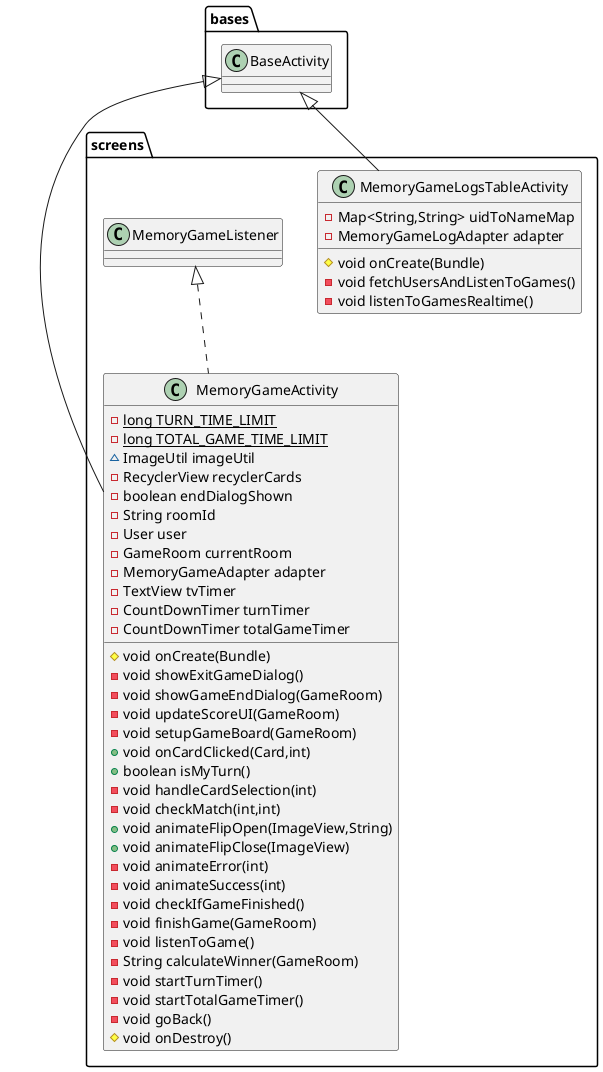
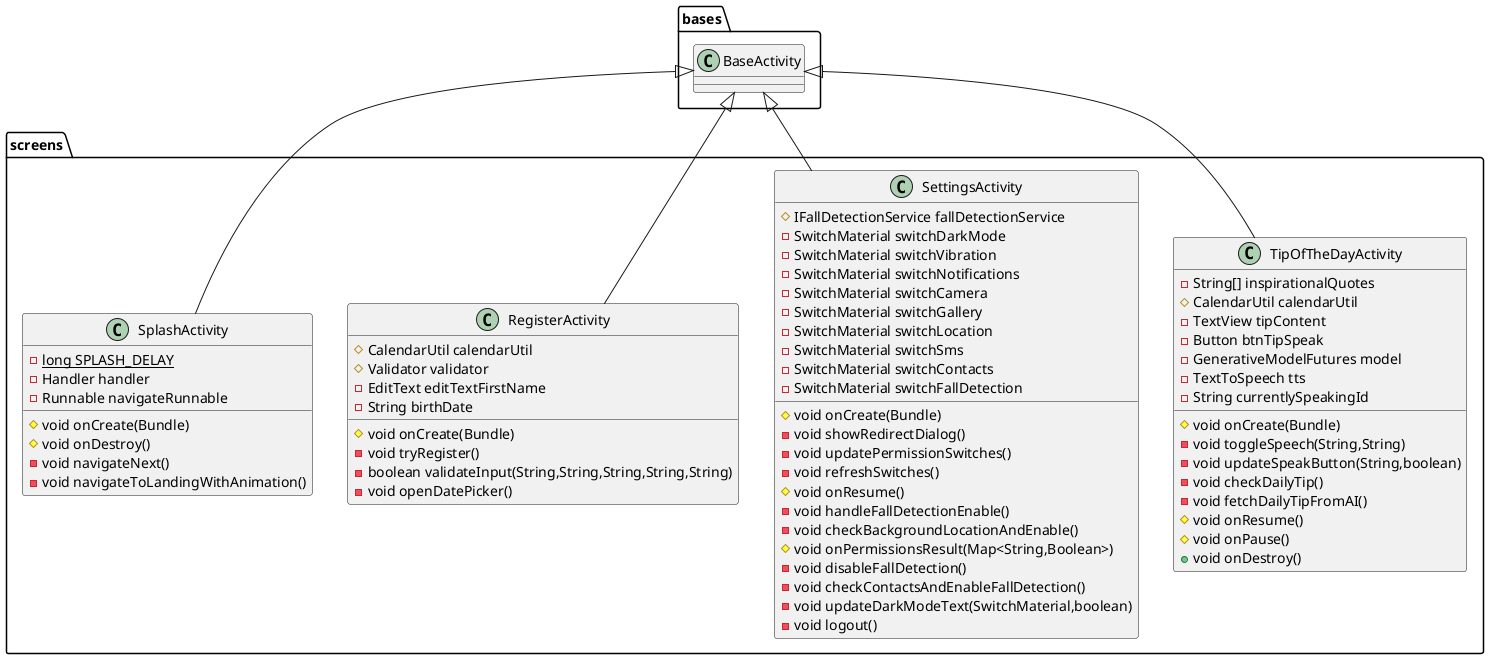
@startuml
- class screens.MemoryGameActivity {
- - {static} long TURN_TIME_LIMIT
- - {static} long TOTAL_GAME_TIME_LIMIT
- ~ ImageUtil imageUtil
- - RecyclerView recyclerCards
- - boolean endDialogShown
- - String roomId
- - User user
- - GameRoom currentRoom
- - MemoryGameAdapter adapter
- - TextView tvTimer
- - CountDownTimer turnTimer
- - CountDownTimer totalGameTimer
+ class screens.TipOfTheDayActivity {
+ - String[] inspirationalQuotes
+ # CalendarUtil calendarUtil
+ - TextView tipContent
+ - Button btnTipSpeak
+ - GenerativeModelFutures model
+ - TextToSpeech tts
+ - String currentlySpeakingId
# void onCreate(Bundle)
- - void showExitGameDialog()
- - void showGameEndDialog(GameRoom)
- - void updateScoreUI(GameRoom)
- - void setupGameBoard(GameRoom)
- + void onCardClicked(Card,int)
- + boolean isMyTurn()
- - void handleCardSelection(int)
- - void checkMatch(int,int)
- + void animateFlipOpen(ImageView,String)
- + void animateFlipClose(ImageView)
- - void animateError(int)
- - void animateSuccess(int)
- - void checkIfGameFinished()
- - void finishGame(GameRoom)
- - void listenToGame()
- - String calculateWinner(GameRoom)
- - void startTurnTimer()
- - void startTotalGameTimer()
- - void goBack()
- # void onDestroy()
+ - void toggleSpeech(String,String)
+ - void updateSpeakButton(String,boolean)
+ - void checkDailyTip()
+ - void fetchDailyTipFromAI()
+ # void onResume()
+ # void onPause()
+ + void onDestroy()
}


- class screens.MemoryGameLogsTableActivity {
- - Map<String,String> uidToNameMap
- - MemoryGameLogAdapter adapter
+ class screens.SettingsActivity {
+ # IFallDetectionService fallDetectionService
+ - SwitchMaterial switchDarkMode
+ - SwitchMaterial switchVibration
+ - SwitchMaterial switchNotifications
+ - SwitchMaterial switchCamera
+ - SwitchMaterial switchGallery
+ - SwitchMaterial switchLocation
+ - SwitchMaterial switchSms
+ - SwitchMaterial switchContacts
+ - SwitchMaterial switchFallDetection
# void onCreate(Bundle)
- - void fetchUsersAndListenToGames()
- - void listenToGamesRealtime()
+ - void showRedirectDialog()
+ - void updatePermissionSwitches()
+ - void refreshSwitches()
+ # void onResume()
+ - void handleFallDetectionEnable()
+ - void checkBackgroundLocationAndEnable()
+ # void onPermissionsResult(Map<String,Boolean>)
+ - void disableFallDetection()
+ - void checkContactsAndEnableFallDetection()
+ - void updateDarkModeText(SwitchMaterial,boolean)
+ - void logout()
+ }
+ 
+ 
+ class screens.RegisterActivity {
+ # CalendarUtil calendarUtil
+ # Validator validator
+ - EditText editTextFirstName
+ - String birthDate
+ # void onCreate(Bundle)
+ - void tryRegister()
+ - boolean validateInput(String,String,String,String,String)
+ - void openDatePicker()
+ }
+ 
+ 
+ class screens.SplashActivity {
+ - {static} long SPLASH_DELAY
+ - Handler handler
+ - Runnable navigateRunnable
+ # void onCreate(Bundle)
+ # void onDestroy()
+ - void navigateNext()
+ - void navigateToLandingWithAnimation()
}




- screens.MemoryGameListener <|.. screens.MemoryGameActivity
- bases.BaseActivity <|-- screens.MemoryGameActivity
- bases.BaseActivity <|-- screens.MemoryGameLogsTableActivity
- @enduml
+ bases.BaseActivity <|-- screens.TipOfTheDayActivity
+ bases.BaseActivity <|-- screens.SettingsActivity
+ bases.BaseActivity <|-- screens.RegisterActivity
+ bases.BaseActivity <|-- screens.SplashActivity
+ @enduml